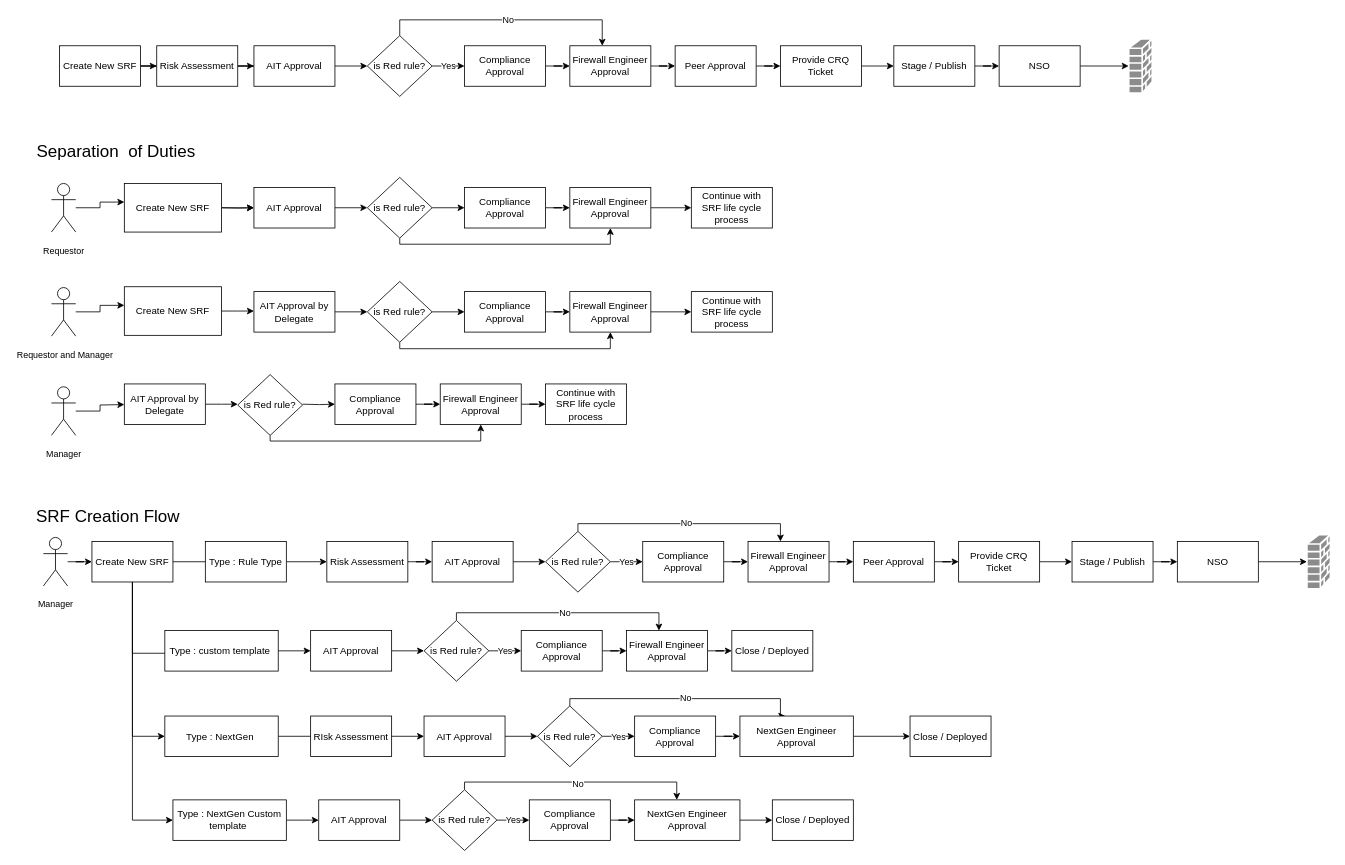
Above: SRF Life Cycle.drawio in nilaratandas/drowInventory (draw.io), before the change. Source tidied: cells renumbered, new cells numbered last; positions are measured from the earlier drawing's top-left corner, leaving out a move shared by most shapes. Both pictures are drawn from the tidied source at 81%, with x=0, y=0 at pixel (19, 19).
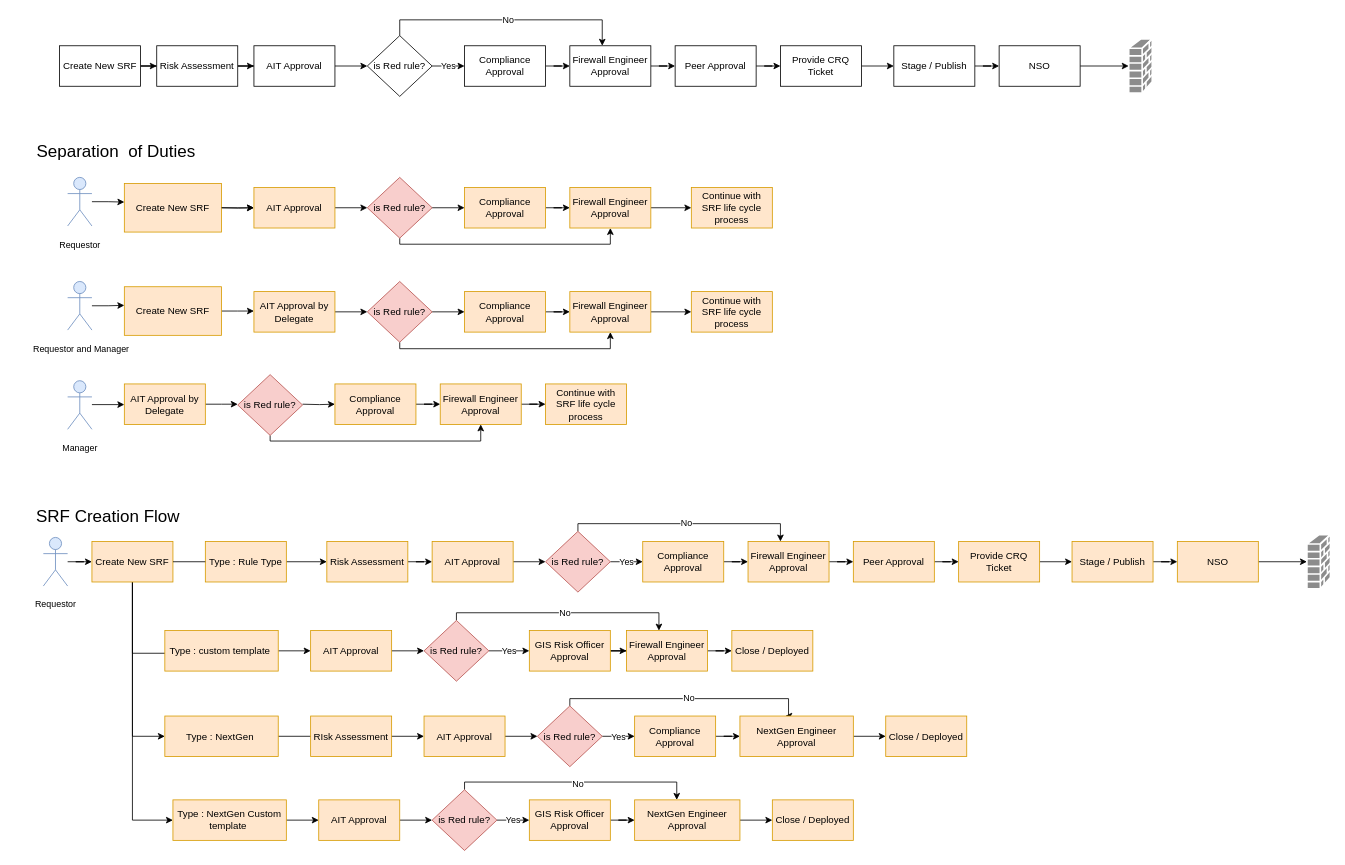
After the change.

What changed in the source:
```diff
@@
-    <mxCell id="26" value="Create New SRF" style="rounded=0;whiteSpace=wrap;html=1;" parent="1" vertex="1">
+    <mxCell id="26" value="Create New SRF" style="rounded=0;whiteSpace=wrap;html=1;fillColor=#ffe6cc;strokeColor=#d79b00;" parent="1" vertex="1">
       <mxGeometry x="130" y="202" width="120" height="60" as="geometry" />
     </mxCell>
@@
-    <mxCell id="29" value="&lt;font style=&quot;font-size: 11px&quot;&gt;Requestor&lt;/font&gt;" style="shape=umlActor;verticalLabelPosition=bottom;verticalAlign=top;html=1;outlineConnect=0;fontSize=21;" parent="1" vertex="1">
-      <mxGeometry x="40" y="202" width="30" height="60" as="geometry" />
+    <mxCell id="29" value="&lt;font style=&quot;font-size: 11px&quot;&gt;Requestor&lt;/font&gt;" style="shape=umlActor;verticalLabelPosition=bottom;verticalAlign=top;html=1;outlineConnect=0;fontSize=21;fillColor=#dae8fc;strokeColor=#6c8ebf;" parent="1" vertex="1">
+      <mxGeometry x="60" y="194.5" width="30" height="60" as="geometry" />
     </mxCell>
@@
-    <mxCell id="32" value="AIT Approval" style="rounded=0;whiteSpace=wrap;html=1;" parent="1" vertex="1">
+    <mxCell id="32" value="AIT Approval" style="rounded=0;whiteSpace=wrap;html=1;fillColor=#ffe6cc;strokeColor=#d79b00;" parent="1" vertex="1">
       <mxGeometry x="290" y="207" width="100" height="50" as="geometry" />
     </mxCell>
@@
-    <mxCell id="34" value="Compliance Approval" style="rounded=0;whiteSpace=wrap;html=1;" parent="1" vertex="1">
+    <mxCell id="34" value="Compliance Approval" style="rounded=0;whiteSpace=wrap;html=1;fillColor=#ffe6cc;strokeColor=#d79b00;" parent="1" vertex="1">
       <mxGeometry x="550" y="207" width="100" height="50" as="geometry" />
     </mxCell>
@@
-    <mxCell id="37" value="is Red rule?" style="rhombus;whiteSpace=wrap;html=1;" parent="1" vertex="1">
+    <mxCell id="37" value="is Red rule?" style="rhombus;whiteSpace=wrap;html=1;fillColor=#f8cecc;strokeColor=#b85450;" parent="1" vertex="1">
       <mxGeometry x="430" y="194.5" width="80" height="75" as="geometry" />
     </mxCell>
@@
-    <mxCell id="39" value="Firewall Engineer Approval" style="rounded=0;whiteSpace=wrap;html=1;" parent="1" vertex="1">
+    <mxCell id="39" value="Firewall Engineer Approval" style="rounded=0;whiteSpace=wrap;html=1;fillColor=#ffe6cc;strokeColor=#d79b00;" parent="1" vertex="1">
       <mxGeometry x="680" y="207" width="100" height="50" as="geometry" />
     </mxCell>
-    <mxCell id="40" value="Continue with SRF life cycle process" style="whiteSpace=wrap;html=1;rounded=0;" parent="1" vertex="1">
+    <mxCell id="40" value="Continue with SRF life cycle process" style="whiteSpace=wrap;html=1;rounded=0;fillColor=#ffe6cc;strokeColor=#d79b00;" parent="1" vertex="1">
       <mxGeometry x="830" y="207" width="100" height="50" as="geometry" />
     </mxCell>
@@
-    <mxCell id="42" value="Create New SRF" style="rounded=0;whiteSpace=wrap;html=1;" parent="1" vertex="1">
+    <mxCell id="42" value="Create New SRF" style="rounded=0;whiteSpace=wrap;html=1;fillColor=#ffe6cc;strokeColor=#d79b00;" parent="1" vertex="1">
       <mxGeometry x="130" y="329.5" width="120" height="60" as="geometry" />
     </mxCell>
@@
-    <mxCell id="44" value="&lt;span style=&quot;font-size: 11px&quot;&gt;&amp;nbsp;Requestor and&amp;nbsp;Manager&lt;/span&gt;" style="shape=umlActor;verticalLabelPosition=bottom;verticalAlign=top;html=1;outlineConnect=0;fontSize=21;" parent="1" vertex="1">
-      <mxGeometry x="40" y="330.5" width="30" height="60" as="geometry" />
+    <mxCell id="44" value="&lt;span style=&quot;font-size: 11px&quot;&gt;&amp;nbsp;Requestor and&amp;nbsp;Manager&lt;/span&gt;" style="shape=umlActor;verticalLabelPosition=bottom;verticalAlign=top;html=1;outlineConnect=0;fontSize=21;fillColor=#dae8fc;strokeColor=#6c8ebf;" parent="1" vertex="1">
+      <mxGeometry x="60" y="323" width="30" height="60" as="geometry" />
     </mxCell>
@@
-    <mxCell id="46" value="AIT Approval by Delegate" style="rounded=0;whiteSpace=wrap;html=1;" parent="1" vertex="1">
+    <mxCell id="46" value="AIT Approval by Delegate" style="rounded=0;whiteSpace=wrap;html=1;fillColor=#ffe6cc;strokeColor=#d79b00;" parent="1" vertex="1">
       <mxGeometry x="290" y="335.5" width="100" height="50" as="geometry" />
     </mxCell>
@@
-    <mxCell id="48" value="Compliance Approval" style="rounded=0;whiteSpace=wrap;html=1;" parent="1" vertex="1">
+    <mxCell id="48" value="Compliance Approval" style="rounded=0;whiteSpace=wrap;html=1;fillColor=#ffe6cc;strokeColor=#d79b00;" parent="1" vertex="1">
       <mxGeometry x="550" y="335.5" width="100" height="50" as="geometry" />
     </mxCell>
@@
-    <mxCell id="51" value="is Red rule?" style="rhombus;whiteSpace=wrap;html=1;" parent="1" vertex="1">
+    <mxCell id="51" value="is Red rule?" style="rhombus;whiteSpace=wrap;html=1;fillColor=#f8cecc;strokeColor=#b85450;" parent="1" vertex="1">
       <mxGeometry x="430" y="323" width="80" height="75" as="geometry" />
     </mxCell>
@@
-    <mxCell id="53" value="Firewall Engineer Approval" style="rounded=0;whiteSpace=wrap;html=1;" parent="1" vertex="1">
+    <mxCell id="53" value="Firewall Engineer Approval" style="rounded=0;whiteSpace=wrap;html=1;fillColor=#ffe6cc;strokeColor=#d79b00;" parent="1" vertex="1">
       <mxGeometry x="680" y="335.5" width="100" height="50" as="geometry" />
     </mxCell>
-    <mxCell id="54" value="Continue with SRF life cycle process" style="whiteSpace=wrap;html=1;rounded=0;" parent="1" vertex="1">
+    <mxCell id="54" value="Continue with SRF life cycle process" style="whiteSpace=wrap;html=1;rounded=0;fillColor=#ffe6cc;strokeColor=#d79b00;" parent="1" vertex="1">
       <mxGeometry x="830" y="335.5" width="100" height="50" as="geometry" />
     </mxCell>
@@
-    <mxCell id="56" value="&lt;span style=&quot;font-size: 11px&quot;&gt;Manager&lt;/span&gt;" style="shape=umlActor;verticalLabelPosition=bottom;verticalAlign=top;html=1;outlineConnect=0;fontSize=21;" parent="1" vertex="1">
-      <mxGeometry x="40" y="453" width="30" height="60" as="geometry" />
+    <mxCell id="56" value="&lt;span style=&quot;font-size: 11px&quot;&gt;Manager&lt;/span&gt;" style="shape=umlActor;verticalLabelPosition=bottom;verticalAlign=top;html=1;outlineConnect=0;fontSize=21;fillColor=#dae8fc;strokeColor=#6c8ebf;" parent="1" vertex="1">
+      <mxGeometry x="60" y="445.5" width="30" height="60" as="geometry" />
     </mxCell>
@@
-    <mxCell id="58" value="AIT Approval by Delegate" style="rounded=0;whiteSpace=wrap;html=1;" parent="1" vertex="1">
+    <mxCell id="58" value="AIT Approval by Delegate" style="rounded=0;whiteSpace=wrap;html=1;fillColor=#ffe6cc;strokeColor=#d79b00;" parent="1" vertex="1">
       <mxGeometry x="130" y="449.5" width="100" height="50" as="geometry" />
     </mxCell>
@@
-    <mxCell id="60" value="Compliance Approval" style="rounded=0;whiteSpace=wrap;html=1;" parent="1" vertex="1">
+    <mxCell id="60" value="Compliance Approval" style="rounded=0;whiteSpace=wrap;html=1;fillColor=#ffe6cc;strokeColor=#d79b00;" parent="1" vertex="1">
       <mxGeometry x="390" y="449.5" width="100" height="50" as="geometry" />
     </mxCell>
@@
-    <mxCell id="63" value="Firewall Engineer Approval" style="rounded=0;whiteSpace=wrap;html=1;" parent="1" vertex="1">
+    <mxCell id="63" value="Firewall Engineer Approval" style="rounded=0;whiteSpace=wrap;html=1;fillColor=#ffe6cc;strokeColor=#d79b00;" parent="1" vertex="1">
       <mxGeometry x="520" y="449.5" width="100" height="50" as="geometry" />
     </mxCell>
-    <mxCell id="64" value="Continue with SRF life cycle process" style="whiteSpace=wrap;html=1;rounded=0;" parent="1" vertex="1">
+    <mxCell id="64" value="Continue with SRF life cycle process" style="whiteSpace=wrap;html=1;rounded=0;fillColor=#ffe6cc;strokeColor=#d79b00;" parent="1" vertex="1">
       <mxGeometry x="650" y="449.5" width="100" height="50" as="geometry" />
     </mxCell>
@@
-    <mxCell id="66" value="is Red rule?" style="rhombus;whiteSpace=wrap;html=1;" parent="1" vertex="1">
+    <mxCell id="66" value="is Red rule?" style="rhombus;whiteSpace=wrap;html=1;fillColor=#f8cecc;strokeColor=#b85450;" parent="1" vertex="1">
       <mxGeometry x="270" y="438" width="80" height="75" as="geometry" />
     </mxCell>
@@
-    <mxCell id="71" value="Create New SRF" style="rounded=0;whiteSpace=wrap;html=1;" parent="1" vertex="1">
+    <mxCell id="71" value="Create New SRF" style="rounded=0;whiteSpace=wrap;html=1;fillColor=#ffe6cc;strokeColor=#d79b00;" parent="1" vertex="1">
       <mxGeometry x="90" y="644" width="100" height="50" as="geometry" />
     </mxCell>
@@
-    <mxCell id="73" value="Risk Assessment" style="rounded=0;whiteSpace=wrap;html=1;" parent="1" vertex="1">
+    <mxCell id="73" value="Risk Assessment" style="rounded=0;whiteSpace=wrap;html=1;fillColor=#ffe6cc;strokeColor=#d79b00;" parent="1" vertex="1">
       <mxGeometry x="380" y="644" width="100" height="50" as="geometry" />
     </mxCell>
@@
-    <mxCell id="75" value="AIT Approval" style="rounded=0;whiteSpace=wrap;html=1;" parent="1" vertex="1">
+    <mxCell id="75" value="AIT Approval" style="rounded=0;whiteSpace=wrap;html=1;fillColor=#ffe6cc;strokeColor=#d79b00;" parent="1" vertex="1">
       <mxGeometry x="510" y="644" width="100" height="50" as="geometry" />
     </mxCell>
@@
-    <mxCell id="77" value="Compliance Approval" style="rounded=0;whiteSpace=wrap;html=1;" parent="1" vertex="1">
+    <mxCell id="77" value="Compliance Approval" style="rounded=0;whiteSpace=wrap;html=1;fillColor=#ffe6cc;strokeColor=#d79b00;" parent="1" vertex="1">
       <mxGeometry x="770" y="644" width="100" height="50" as="geometry" />
     </mxCell>
@@
-    <mxCell id="81" value="is Red rule?" style="rhombus;whiteSpace=wrap;html=1;" parent="1" vertex="1">
+    <mxCell id="81" value="is Red rule?" style="rhombus;whiteSpace=wrap;html=1;fillColor=#f8cecc;strokeColor=#b85450;" parent="1" vertex="1">
       <mxGeometry x="650" y="631.5" width="80" height="75" as="geometry" />
     </mxCell>
@@
-    <mxCell id="83" value="Firewall Engineer Approval" style="rounded=0;whiteSpace=wrap;html=1;" parent="1" vertex="1">
+    <mxCell id="83" value="Firewall Engineer Approval" style="rounded=0;whiteSpace=wrap;html=1;fillColor=#ffe6cc;strokeColor=#d79b00;" parent="1" vertex="1">
       <mxGeometry x="900" y="644" width="100" height="50" as="geometry" />
     </mxCell>
@@
-    <mxCell id="85" value="Peer Approval" style="rounded=0;whiteSpace=wrap;html=1;" parent="1" vertex="1">
+    <mxCell id="85" value="Peer Approval" style="rounded=0;whiteSpace=wrap;html=1;fillColor=#ffe6cc;strokeColor=#d79b00;" parent="1" vertex="1">
       <mxGeometry x="1030" y="644" width="100" height="50" as="geometry" />
     </mxCell>
@@
-    <mxCell id="87" value="Provide CRQ Ticket" style="rounded=0;whiteSpace=wrap;html=1;" parent="1" vertex="1">
+    <mxCell id="87" value="Provide CRQ Ticket" style="rounded=0;whiteSpace=wrap;html=1;fillColor=#ffe6cc;strokeColor=#d79b00;" parent="1" vertex="1">
       <mxGeometry x="1160" y="644" width="100" height="50" as="geometry" />
     </mxCell>
@@
-    <mxCell id="89" value="Stage / Publish" style="rounded=0;whiteSpace=wrap;html=1;" parent="1" vertex="1">
+    <mxCell id="89" value="Stage / Publish" style="rounded=0;whiteSpace=wrap;html=1;fillColor=#ffe6cc;strokeColor=#d79b00;" parent="1" vertex="1">
       <mxGeometry x="1300" y="644" width="100" height="50" as="geometry" />
     </mxCell>
@@
-    <mxCell id="91" value="NSO" style="rounded=0;whiteSpace=wrap;html=1;" parent="1" vertex="1">
+    <mxCell id="91" value="NSO" style="rounded=0;whiteSpace=wrap;html=1;fillColor=#ffe6cc;strokeColor=#d79b00;" parent="1" vertex="1">
       <mxGeometry x="1430" y="644" width="100" height="50" as="geometry" />
     </mxCell>
@@
-    <mxCell id="95" value="&lt;span style=&quot;font-size: 11px&quot;&gt;Manager&lt;/span&gt;" style="shape=umlActor;verticalLabelPosition=bottom;verticalAlign=top;html=1;outlineConnect=0;fontSize=21;" parent="1" vertex="1">
+    <mxCell id="95" value="&lt;span style=&quot;font-size: 11px&quot;&gt;Requestor&lt;/span&gt;" style="shape=umlActor;verticalLabelPosition=bottom;verticalAlign=top;html=1;outlineConnect=0;fontSize=21;fillColor=#dae8fc;strokeColor=#6c8ebf;" parent="1" vertex="1">
       <mxGeometry x="30" y="639" width="30" height="60" as="geometry" />
     </mxCell>
-    <mxCell id="96" value="Type : Rule Type" style="rounded=0;whiteSpace=wrap;html=1;" parent="1" vertex="1">
+    <mxCell id="96" value="Type : Rule Type" style="rounded=0;whiteSpace=wrap;html=1;fillColor=#ffe6cc;strokeColor=#d79b00;" parent="1" vertex="1">
       <mxGeometry x="230" y="644" width="100" height="50" as="geometry" />
     </mxCell>
@@
-    <mxCell id="99" value="Type : custom template&amp;nbsp;" style="rounded=0;whiteSpace=wrap;html=1;" parent="1" vertex="1">
+    <mxCell id="99" value="Type : custom template&amp;nbsp;" style="rounded=0;whiteSpace=wrap;html=1;fillColor=#ffe6cc;strokeColor=#d79b00;" parent="1" vertex="1">
       <mxGeometry x="180" y="754" width="140" height="50" as="geometry" />
     </mxCell>
@@
-    <mxCell id="101" value="AIT Approval" style="rounded=0;whiteSpace=wrap;html=1;" parent="1" vertex="1">
+    <mxCell id="101" value="AIT Approval" style="rounded=0;whiteSpace=wrap;html=1;fillColor=#ffe6cc;strokeColor=#d79b00;" parent="1" vertex="1">
       <mxGeometry x="360" y="754" width="100" height="50" as="geometry" />
     </mxCell>
@@
-    <mxCell id="103" value="Compliance Approval" style="rounded=0;whiteSpace=wrap;html=1;" parent="1" vertex="1">
-      <mxGeometry x="620" y="754" width="100" height="50" as="geometry" />
+    <mxCell id="103" value="GIS Risk Officer Approval" style="rounded=0;whiteSpace=wrap;html=1;fillColor=#ffe6cc;strokeColor=#d79b00;" parent="1" vertex="1">
+      <mxGeometry x="630" y="754" width="100" height="50" as="geometry" />
     </mxCell>
@@
-    <mxCell id="107" value="is Red rule?" style="rhombus;whiteSpace=wrap;html=1;" parent="1" vertex="1">
+    <mxCell id="107" value="is Red rule?" style="rhombus;whiteSpace=wrap;html=1;fillColor=#f8cecc;strokeColor=#b85450;" parent="1" vertex="1">
       <mxGeometry x="500" y="741.5" width="80" height="75" as="geometry" />
     </mxCell>
@@
-    <mxCell id="109" value="Firewall Engineer Approval" style="rounded=0;whiteSpace=wrap;html=1;" parent="1" vertex="1">
+    <mxCell id="109" value="Firewall Engineer Approval" style="rounded=0;whiteSpace=wrap;html=1;fillColor=#ffe6cc;strokeColor=#d79b00;" parent="1" vertex="1">
       <mxGeometry x="750" y="754" width="100" height="50" as="geometry" />
     </mxCell>
-    <mxCell id="110" value="Close / Deployed" style="rounded=0;whiteSpace=wrap;html=1;" parent="1" vertex="1">
+    <mxCell id="110" value="Close / Deployed" style="rounded=0;whiteSpace=wrap;html=1;fillColor=#ffe6cc;strokeColor=#d79b00;" parent="1" vertex="1">
       <mxGeometry x="880" y="754" width="100" height="50" as="geometry" />
     </mxCell>
@@
-    <mxCell id="112" value="Type : NextGen&amp;nbsp;" style="rounded=0;whiteSpace=wrap;html=1;" parent="1" vertex="1">
+    <mxCell id="112" value="Type : NextGen&amp;nbsp;" style="rounded=0;whiteSpace=wrap;html=1;fillColor=#ffe6cc;strokeColor=#d79b00;" parent="1" vertex="1">
       <mxGeometry x="180" y="859.5" width="140" height="50" as="geometry" />
     </mxCell>
@@
-    <mxCell id="114" value="AIT Approval" style="rounded=0;whiteSpace=wrap;html=1;" parent="1" vertex="1">
+    <mxCell id="114" value="AIT Approval" style="rounded=0;whiteSpace=wrap;html=1;fillColor=#ffe6cc;strokeColor=#d79b00;" parent="1" vertex="1">
       <mxGeometry x="500" y="859.5" width="100" height="50" as="geometry" />
     </mxCell>
@@
-    <mxCell id="116" value="Compliance Approval" style="rounded=0;whiteSpace=wrap;html=1;" parent="1" vertex="1">
+    <mxCell id="116" value="Compliance Approval" style="rounded=0;whiteSpace=wrap;html=1;fillColor=#ffe6cc;strokeColor=#d79b00;" parent="1" vertex="1">
       <mxGeometry x="760" y="859.5" width="100" height="50" as="geometry" />
     </mxCell>
@@
     <mxCell id="118" style="edgeStyle=orthogonalEdgeStyle;rounded=0;jettySize=auto;html=1;entryX=0.4;entryY=0;entryDx=0;entryDy=0;entryPerimeter=0;fontSize=11;" parent="1" edge="1" source="120" target="122">
       <mxGeometry relative="1" as="geometry">
         <Array as="points">
           <mxPoint x="680" y="838" />
-          <mxPoint x="940" y="838" />
-          <mxPoint x="940" y="860" />
+          <mxPoint x="950" y="838" />
+          <mxPoint x="950" y="860" />
         </Array>
       </mxGeometry>
     </mxCell>
@@
-    <mxCell id="120" value="is Red rule?" style="rhombus;whiteSpace=wrap;html=1;" parent="1" vertex="1">
+    <mxCell id="120" value="is Red rule?" style="rhombus;whiteSpace=wrap;html=1;fillColor=#f8cecc;strokeColor=#b85450;" parent="1" vertex="1">
       <mxGeometry x="640" y="847" width="80" height="75" as="geometry" />
     </mxCell>
@@
-    <mxCell id="122" value="NextGen Engineer Approval" style="rounded=0;whiteSpace=wrap;html=1;" parent="1" vertex="1">
+    <mxCell id="122" value="NextGen Engineer Approval" style="rounded=0;whiteSpace=wrap;html=1;fillColor=#ffe6cc;strokeColor=#d79b00;" parent="1" vertex="1">
       <mxGeometry x="890" y="859.5" width="140" height="50" as="geometry" />
     </mxCell>
-    <mxCell id="123" value="Close / Deployed" style="rounded=0;whiteSpace=wrap;html=1;" parent="1" vertex="1">
-      <mxGeometry x="1100" y="859.5" width="100" height="50" as="geometry" />
+    <mxCell id="123" value="Close / Deployed" style="rounded=0;whiteSpace=wrap;html=1;fillColor=#ffe6cc;strokeColor=#d79b00;" parent="1" vertex="1">
+      <mxGeometry x="1070" y="859.5" width="100" height="50" as="geometry" />
     </mxCell>
-    <mxCell id="124" value="RIsk Assessment" style="rounded=0;whiteSpace=wrap;html=1;" parent="1" vertex="1">
+    <mxCell id="124" value="RIsk Assessment" style="rounded=0;whiteSpace=wrap;html=1;fillColor=#ffe6cc;strokeColor=#d79b00;" parent="1" vertex="1">
       <mxGeometry x="360" y="859.5" width="100" height="50" as="geometry" />
     </mxCell>
@@
-    <mxCell id="126" value="Type : NextGen Custom template&amp;nbsp;" style="rounded=0;whiteSpace=wrap;html=1;" parent="1" vertex="1">
+    <mxCell id="126" value="Type : NextGen Custom template&amp;nbsp;" style="rounded=0;whiteSpace=wrap;html=1;fillColor=#ffe6cc;strokeColor=#d79b00;" parent="1" vertex="1">
       <mxGeometry x="190" y="963" width="140" height="50" as="geometry" />
     </mxCell>
@@
-    <mxCell id="128" value="AIT Approval" style="rounded=0;whiteSpace=wrap;html=1;" parent="1" vertex="1">
+    <mxCell id="128" value="AIT Approval" style="rounded=0;whiteSpace=wrap;html=1;fillColor=#ffe6cc;strokeColor=#d79b00;" parent="1" vertex="1">
       <mxGeometry x="370" y="963" width="100" height="50" as="geometry" />
     </mxCell>
@@
-    <mxCell id="130" value="Compliance Approval" style="rounded=0;whiteSpace=wrap;html=1;" parent="1" vertex="1">
+    <mxCell id="130" value="GIS Risk Officer Approval" style="rounded=0;whiteSpace=wrap;html=1;fillColor=#ffe6cc;strokeColor=#d79b00;" parent="1" vertex="1">
       <mxGeometry x="630" y="963" width="100" height="50" as="geometry" />
     </mxCell>
@@
-    <mxCell id="134" value="is Red rule?" style="rhombus;whiteSpace=wrap;html=1;" parent="1" vertex="1">
+    <mxCell id="134" value="is Red rule?" style="rhombus;whiteSpace=wrap;html=1;fillColor=#f8cecc;strokeColor=#b85450;" parent="1" vertex="1">
       <mxGeometry x="510" y="950.5" width="80" height="75" as="geometry" />
     </mxCell>
@@
-    <mxCell id="136" value="NextGen Engineer Approval" style="rounded=0;whiteSpace=wrap;html=1;" parent="1" vertex="1">
+    <mxCell id="136" value="NextGen Engineer Approval" style="rounded=0;whiteSpace=wrap;html=1;fillColor=#ffe6cc;strokeColor=#d79b00;" parent="1" vertex="1">
       <mxGeometry x="760" y="963" width="130" height="50" as="geometry" />
     </mxCell>
-    <mxCell id="137" value="Close / Deployed" style="rounded=0;whiteSpace=wrap;html=1;" parent="1" vertex="1">
+    <mxCell id="137" value="Close / Deployed" style="rounded=0;whiteSpace=wrap;html=1;fillColor=#ffe6cc;strokeColor=#d79b00;" parent="1" vertex="1">
       <mxGeometry x="930" y="963" width="100" height="50" as="geometry" />
     </mxCell>
```
